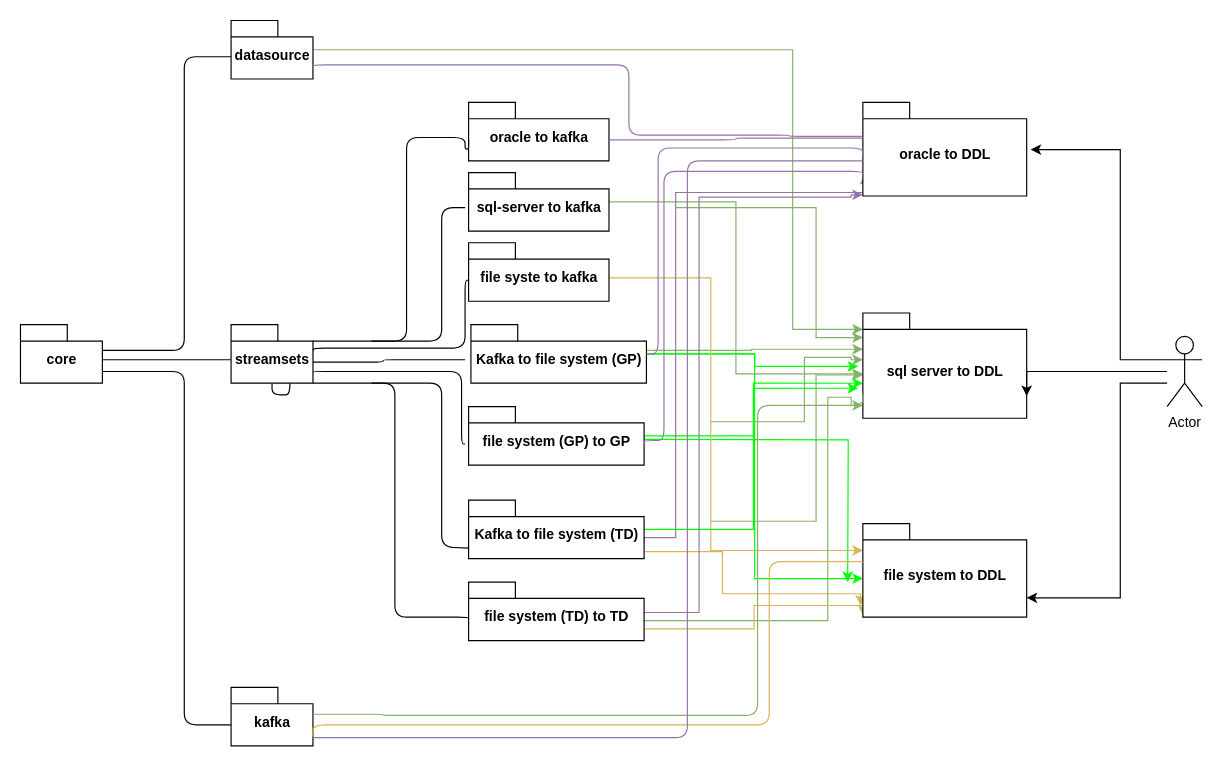
This is Untitled Diagram.drawio from skmadhav/diagram, a draw.io file, before an edit. Source tidied: cells renumbered, new cells numbered last; positions are measured from the earlier drawing's top-left corner, leaving out a move shared by most shapes. Both pictures are drawn from the tidied source at 117%, with x=0, y=0 at pixel (20, 20).
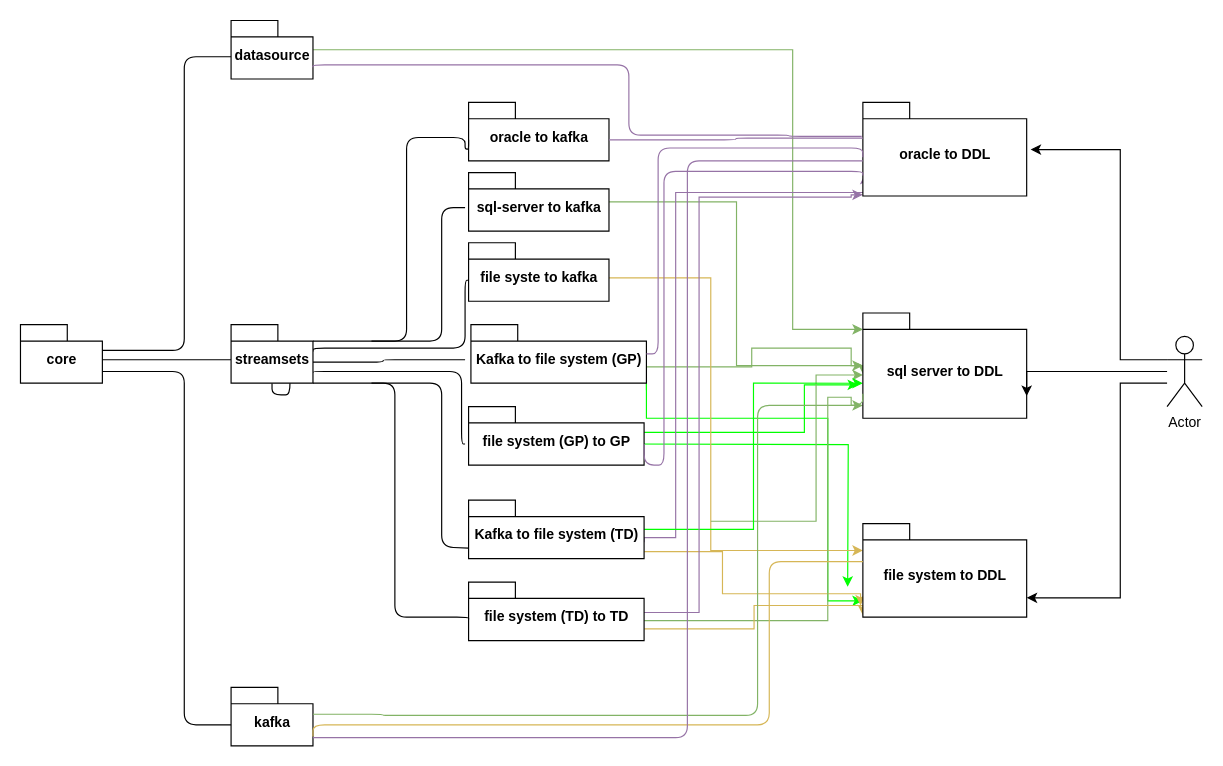
Above is the later version.

The change refers to these unchanged cells:
```xml
<mxCell id="5" value="Kafka to file system (GP)" style="shape=folder;fontStyle=1;spacingTop=10;tabWidth=40;tabHeight=14;tabPosition=left;html=1;" parent="1" vertex="1">
  <mxGeometry x="385" y="260" width="150" height="50" as="geometry" />
</mxCell>
<mxCell id="9" value="file system (GP) to GP" style="shape=folder;fontStyle=1;spacingTop=10;tabWidth=40;tabHeight=14;tabPosition=left;html=1;" parent="1" vertex="1">
  <mxGeometry x="383" y="330" width="150" height="50" as="geometry" />
</mxCell>
<mxCell id="13" value="sql-server to kafka" style="shape=folder;fontStyle=1;spacingTop=10;tabWidth=40;tabHeight=14;tabPosition=left;html=1;" parent="1" vertex="1">
  <mxGeometry x="383" y="130" width="120" height="50" as="geometry" />
</mxCell>
<mxCell id="40" value="sql server to DDL" style="shape=folder;fontStyle=1;spacingTop=10;tabWidth=40;tabHeight=14;tabPosition=left;html=1;" parent="1" vertex="1">
  <mxGeometry x="720" y="250" width="140" height="90" as="geometry" />
</mxCell>
<mxCell id="41" value="file system to DDL" style="shape=folder;fontStyle=1;spacingTop=10;tabWidth=40;tabHeight=14;tabPosition=left;html=1;" parent="1" vertex="1">
  <mxGeometry x="720" y="430" width="140" height="80" as="geometry" />
</mxCell>
```

The edit, as a diff of the source:
```diff
@@
     <mxCell id="2" style="edgeStyle=orthogonalEdgeStyle;rounded=0;orthogonalLoop=1;jettySize=auto;html=1;exitX=0;exitY=0;exitDx=150;exitDy=41;exitPerimeter=0;entryX=0;entryY=0;entryDx=0;entryDy=41;entryPerimeter=0;fillColor=#d5e8d4;strokeColor=#82b366;" parent="1" edge="1">
       <mxGeometry relative="1" as="geometry">
-        <mxPoint x="535" y="302" as="sourcePoint" />
-        <mxPoint x="720" y="281" as="targetPoint" />
+        <mxPoint x="535" y="316" as="sourcePoint" />
+        <mxPoint x="720" y="295" as="targetPoint" />
         <Array as="points">
-          <mxPoint x="535" y="282" />
-          <mxPoint x="625" y="282" />
-          <mxPoint x="625" y="281" />
+          <mxPoint x="535" y="296" />
+          <mxPoint x="625" y="296" />
+          <mxPoint x="625" y="280" />
+          <mxPoint x="710" y="280" />
+          <mxPoint x="710" y="295" />
         </Array>
       </mxGeometry>
     </mxCell>
-    <mxCell id="3" style="edgeStyle=orthogonalEdgeStyle;rounded=0;jettySize=auto;html=1;entryX=-0.029;entryY=0.507;entryDx=0;entryDy=0;entryPerimeter=0;strokeColor=#00FF00;" parent="1" edge="1" source="5" target="40">
-      <mxGeometry relative="1" as="geometry" />
-    </mxCell>
-    <mxCell id="4" style="edgeStyle=orthogonalEdgeStyle;rounded=0;jettySize=auto;html=1;entryX=0;entryY=0;entryDx=0;entryDy=47;entryPerimeter=0;strokeColor=#00FF00;" parent="1" edge="1" source="5" target="41">
-      <mxGeometry relative="1" as="geometry" />
+    <mxCell id="4" style="edgeStyle=orthogonalEdgeStyle;rounded=0;orthogonalLoop=1;jettySize=auto;html=1;entryX=0;entryY=0;entryDx=0;entryDy=47;entryPerimeter=0;strokeColor=#00FF00;" parent="1" edge="1">
+      <mxGeometry relative="1" as="geometry">
+        <mxPoint x="535" y="304" as="sourcePoint" />
+        <mxPoint x="720" y="496" as="targetPoint" />
+        <Array as="points">
+          <mxPoint x="535" y="340" />
+          <mxPoint x="690" y="340" />
+          <mxPoint x="690" y="496" />
+        </Array>
+      </mxGeometry>
     </mxCell>
@@
-    <mxCell id="6" style="edgeStyle=orthogonalEdgeStyle;rounded=0;orthogonalLoop=1;jettySize=auto;html=1;entryX=0;entryY=0;entryDx=0;entryDy=52;entryPerimeter=0;fillColor=#d5e8d4;strokeColor=#82b366;" parent="1" edge="1">
-      <mxGeometry relative="1" as="geometry">
-        <mxPoint x="590" y="343" as="sourcePoint" />
-        <mxPoint x="720" y="290" as="targetPoint" />
-        <Array as="points">
-          <mxPoint x="670" y="343" />
-          <mxPoint x="670" y="288" />
-          <mxPoint x="710" y="288" />
-          <mxPoint x="710" y="290" />
-        </Array>
-      </mxGeometry>
-    </mxCell>
-    <mxCell id="7" style="edgeStyle=orthogonalEdgeStyle;rounded=0;jettySize=auto;html=1;strokeColor=#00FF00;entryX=-0.029;entryY=0.715;entryDx=0;entryDy=0;entryPerimeter=0;" parent="1" edge="1" source="9" target="40">
-      <mxGeometry relative="1" as="geometry" />
+    <mxCell id="7" style="edgeStyle=orthogonalEdgeStyle;rounded=0;orthogonalLoop=1;jettySize=auto;html=1;strokeColor=#00FF00;entryX=-0.029;entryY=0.715;entryDx=0;entryDy=0;entryPerimeter=0;" parent="1" edge="1">
+      <mxGeometry relative="1" as="geometry">
+        <mxPoint x="533" y="352" as="sourcePoint" />
+        <mxPoint x="715.9" y="311.4" as="targetPoint" />
+        <Array as="points">
+          <mxPoint x="670" y="352" />
+          <mxPoint x="670" y="311" />
+        </Array>
+      </mxGeometry>
     </mxCell>
     <mxCell id="8" style="edgeStyle=orthogonalEdgeStyle;rounded=0;orthogonalLoop=1;jettySize=auto;html=1;entryX=0;entryY=0;entryDx=0;entryDy=47;entryPerimeter=0;strokeColor=#00FF00;" parent="1" edge="1">
       <mxGeometry relative="1" as="geometry">
-        <mxPoint x="520" y="358" as="sourcePoint" />
-        <mxPoint x="707" y="480" as="targetPoint" />
+        <mxPoint x="520" y="362" as="sourcePoint" />
+        <mxPoint x="707" y="484" as="targetPoint" />
       </mxGeometry>
     </mxCell>
@@
-    <mxCell id="11" style="edgeStyle=orthogonalEdgeStyle;rounded=0;orthogonalLoop=1;jettySize=auto;html=1;exitX=0;exitY=0;exitDx=120;exitDy=32;exitPerimeter=0;entryX=0;entryY=0;entryDx=0;entryDy=23;entryPerimeter=0;fillColor=#d5e8d4;strokeColor=#82b366;" parent="1" edge="1">
-      <mxGeometry relative="1" as="geometry">
-        <mxPoint x="560" y="160" as="sourcePoint" />
-        <mxPoint x="720" y="271" as="targetPoint" />
-        <Array as="points">
-          <mxPoint x="680" y="160" />
-          <mxPoint x="680" y="271" />
-        </Array>
-      </mxGeometry>
-    </mxCell>
     <mxCell id="12" style="edgeStyle=orthogonalEdgeStyle;rounded=0;jettySize=auto;html=1;entryX=0;entryY=0;entryDx=0;entryDy=52;entryPerimeter=0;fillColor=#d5e8d4;strokeColor=#82b366;" parent="1" edge="1" source="13" target="40">
-      <mxGeometry relative="1" as="geometry" />
+      <mxGeometry relative="1" as="geometry">
+        <Array as="points">
+          <mxPoint x="612" y="155" />
+          <mxPoint x="612" y="295" />
+          <mxPoint x="720" y="295" />
+        </Array>
+      </mxGeometry>
     </mxCell>
@@
     <mxCell id="45" style="endArrow=none;html=1;edgeStyle=orthogonalEdgeStyle;fillColor=#e1d5e7;strokeColor=#9673a6;entryX=0;entryY=0;entryDx=0;entryDy=63.5;entryPerimeter=0;exitX=0;exitY=0;exitDx=150;exitDy=32;exitPerimeter=0;" parent="1" edge="1" source="9">
       <mxGeometry relative="1" as="geometry">
         <mxPoint x="720" y="132.5" as="targetPoint" />
         <Array as="points">
-          <mxPoint x="533" y="359" />
-          <mxPoint x="550" y="359" />
+          <mxPoint x="533" y="380" />
+          <mxPoint x="550" y="380" />
           <mxPoint x="550" y="129" />
           <mxPoint x="720" y="129" />
         </Array>
       </mxGeometry>
     </mxCell>
```
